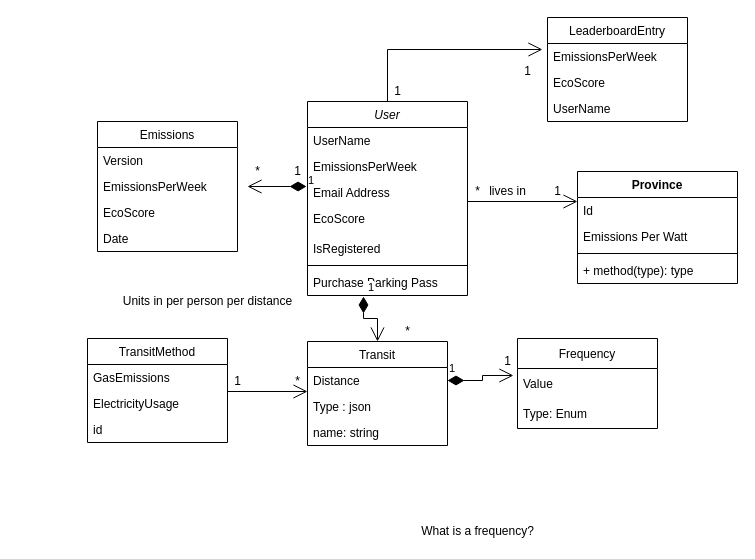
Earlier version of the draw.io diagram Untitled Diagram.drawio (chrisvettese/microsoft-hackathon-2021). Source tidied: cells renumbered, new cells numbered last; positions are measured from the earlier drawing's top-left corner, leaving out a move shared by most shapes. Both pictures are drawn from the tidied source at 100%, with x=0, y=0 at pixel (87, 17).
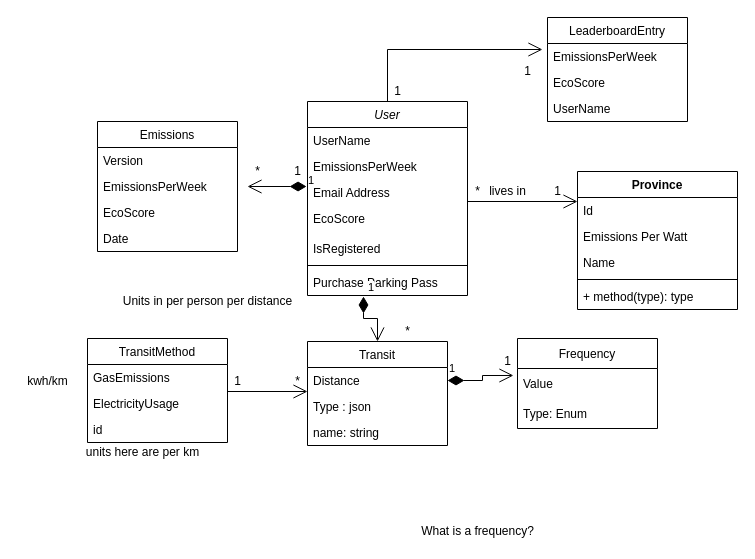
Above is the later version.

What changed in the source:
```diff
@@
     <mxCell id="21" value="Province" style="swimlane;fontStyle=1;align=center;verticalAlign=top;horizontal=1;startSize=26;" parent="1" vertex="1">
-      <mxGeometry x="490" y="154" width="160" height="112" as="geometry" />
+      <mxGeometry x="490" y="154" width="160" height="138" as="geometry" />
     </mxCell>
@@
+    <mxCell id="54" value="Name" style="text;strokeColor=none;fillColor=none;align=left;verticalAlign=top;spacingLeft=4;spacingRight=4;overflow=hidden;" parent="21" vertex="1">
+      <mxGeometry y="78" width="160" height="26" as="geometry" />
+    </mxCell>
     <mxCell id="24" style="line;strokeWidth=1;fillColor=none;align=left;verticalAlign=middle;spacingTop=-1;spacingLeft=3;spacingRight=3;labelPosition=right;" parent="21" vertex="1">
-      <mxGeometry y="78" width="160" height="8" as="geometry" />
+      <mxGeometry y="104" width="160" height="8" as="geometry" />
     </mxCell>
     <mxCell id="25" value="+ method(type): type" style="text;strokeColor=none;fillColor=none;align=left;verticalAlign=top;spacingLeft=4;spacingRight=4;overflow=hidden;" parent="21" vertex="1">
-      <mxGeometry y="86" width="160" height="26" as="geometry" />
+      <mxGeometry y="112" width="160" height="26" as="geometry" />
     </mxCell>
@@
+    <mxCell id="55" value="units here are per km" style="text;html=1;align=center;verticalAlign=middle;strokeColor=none;fillColor=none;" parent="1" vertex="1">
+      <mxGeometry x="-10" y="425" width="130" height="20" as="geometry" />
+    </mxCell>
+    <mxCell id="56" value="kwh/km" style="text;html=1;align=center;verticalAlign=middle;strokeColor=none;fillColor=none;" parent="1" vertex="1">
+      <mxGeometry x="-70" y="354" width="60" height="20" as="geometry" />
+    </mxCell>
```
